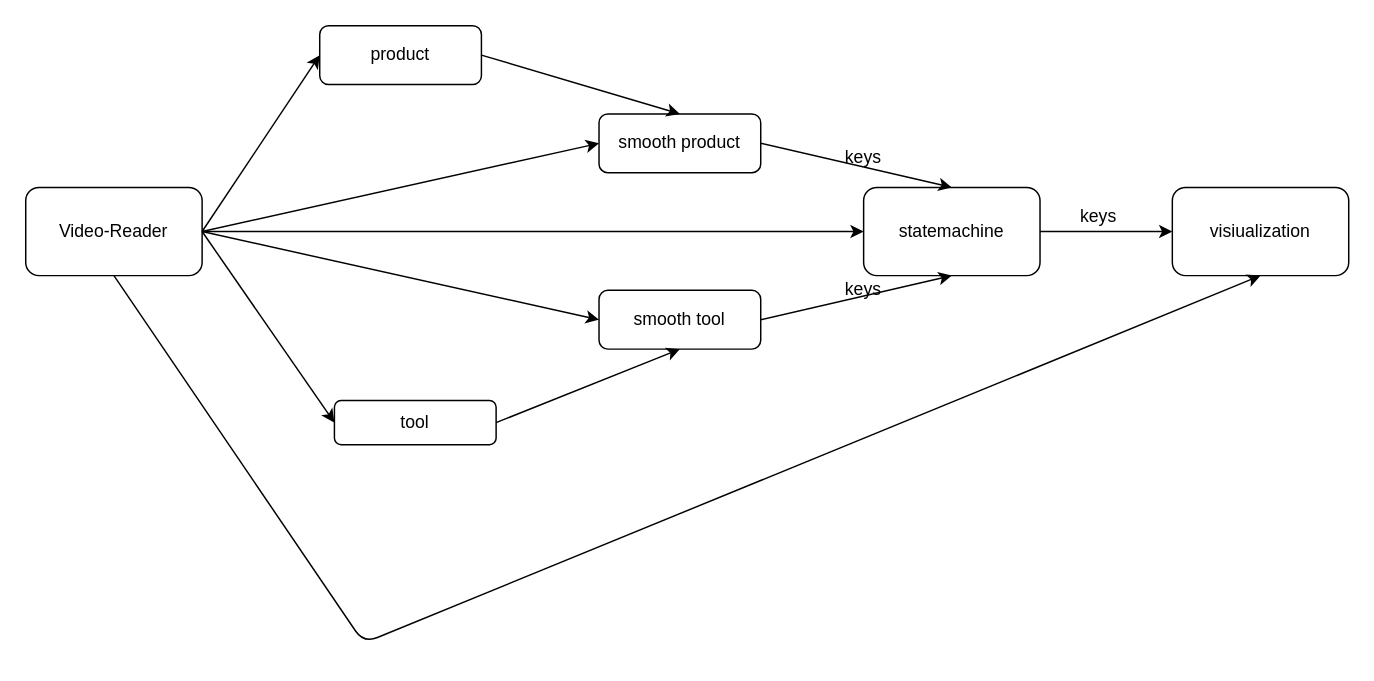
Before: inferencing-pipeline.drawio in QAlexBall/diagrams, a draw.io diagram. Source tidied: cells renumbered, new cells numbered last; positions are measured from the earlier drawing's top-left corner, leaving out a move shared by most shapes. Both pictures are drawn from the tidied source at 147%, with x=0, y=0 at pixel (25, 25).
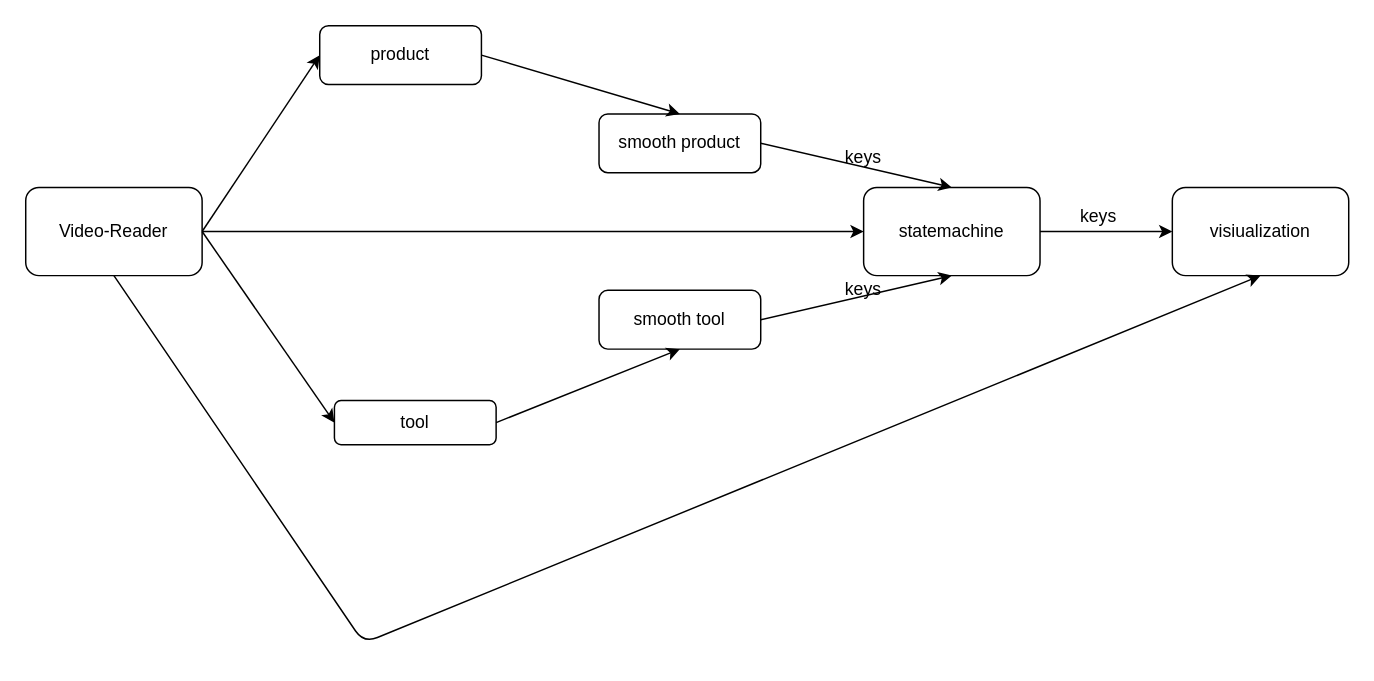
The same page after the edit.

The change refers to these unchanged cells:
```xml
<mxCell id="2" value="Video-Reader" style="rounded=1;whiteSpace=wrap;html=1;" parent="1" vertex="1">
  <mxGeometry y="110" width="120" height="60" as="geometry" />
</mxCell>
<mxCell id="8" value="smooth product" style="rounded=1;whiteSpace=wrap;html=1;" parent="1" vertex="1">
  <mxGeometry x="390" y="60" width="110" height="40" as="geometry" />
</mxCell>
<mxCell id="10" value="smooth tool" style="rounded=1;whiteSpace=wrap;html=1;" parent="1" vertex="1">
  <mxGeometry x="390" y="180" width="110" height="40" as="geometry" />
</mxCell>
```

What changed in the source:
```diff
@@
-    <mxCell id="7" style="endArrow=classic;html=1;exitX=1;exitY=0.5;exitDx=0;exitDy=0;entryX=0;entryY=0.5;entryDx=0;entryDy=0;" parent="1" edge="1" source="2" target="8">
-      <mxGeometry relative="1" as="geometry" />
-    </mxCell>
@@
-    <mxCell id="12" style="endArrow=classic;html=1;exitX=1;exitY=0.5;exitDx=0;exitDy=0;entryX=0;entryY=0.5;entryDx=0;entryDy=0;" parent="1" edge="1" source="2" target="10">
-      <mxGeometry relative="1" as="geometry" />
-    </mxCell>
```
